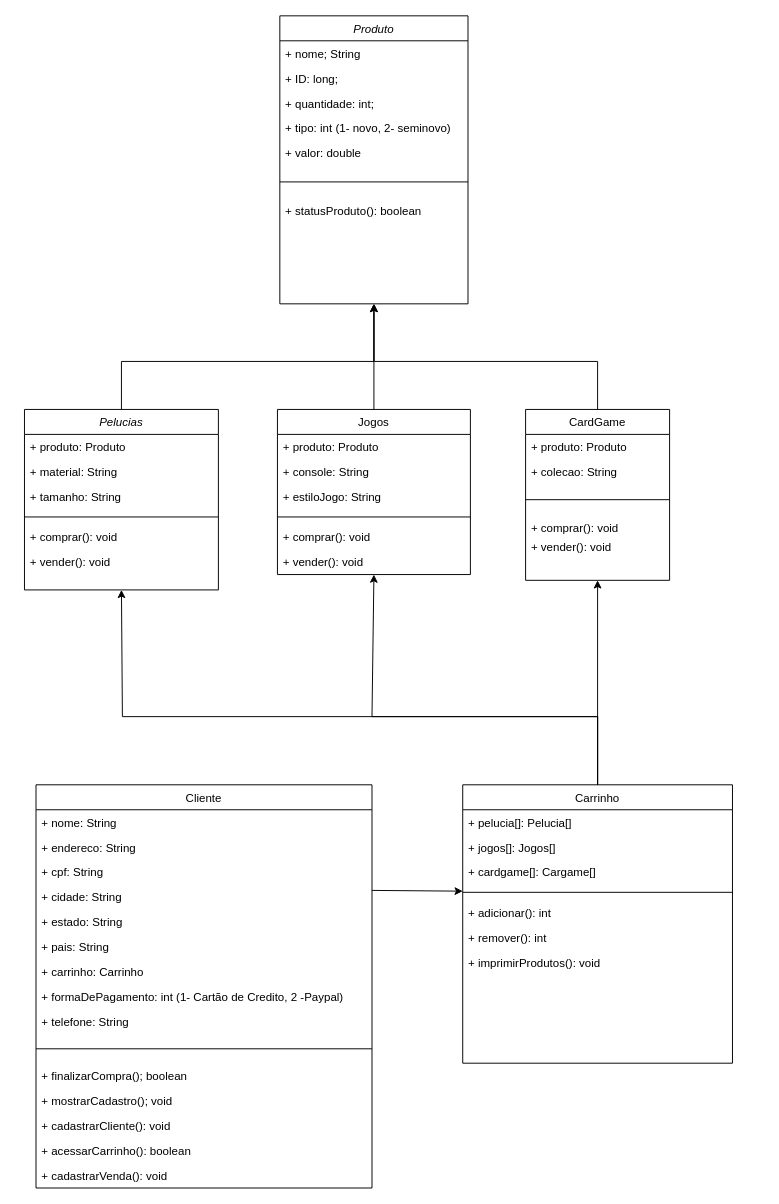
The draw.io diagram Diagrama sem nome.drawio in juliogmr/vemser-trabalho-final, before the edit. Source tidied: cells renumbered, new cells numbered last; positions are measured from the earlier drawing's top-left corner, leaving out a move shared by most shapes. Both pictures are drawn from the tidied source at 96%, with x=0, y=0 at pixel (24, 15).
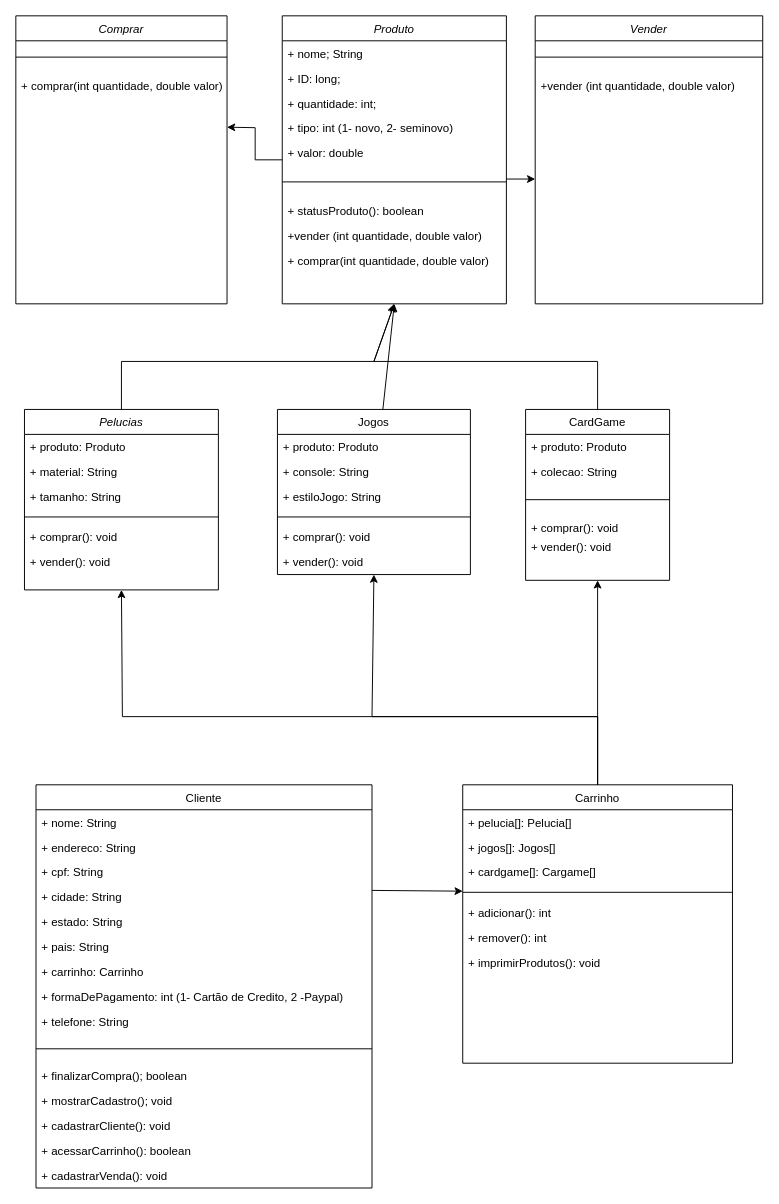
The same page after the edit.

Change to the diagram source:
```diff
@@
+    <mxCell id="61" style="edgeStyle=orthogonalEdgeStyle;rounded=0;jettySize=auto;html=1;" parent="1" edge="1" source="22">
+      <mxGeometry relative="1" as="geometry">
+        <mxPoint x="211" y="116" as="targetPoint" />
+      </mxGeometry>
+    </mxCell>
     <mxCell id="22" value="Produto" style="swimlane;fontStyle=2;align=center;verticalAlign=top;horizontal=1;startSize=26;rounded=0;shadow=0;strokeWidth=1;" parent="1" vertex="1">
-      <mxGeometry x="266" width="196" height="300" as="geometry" />
+      <mxGeometry x="268.5" width="233.5" height="300" as="geometry" />
     </mxCell>
     <mxCell id="23" value="+ nome; String" style="text;align=left;verticalAlign=top;spacingLeft=4;spacingRight=4;overflow=hidden;" parent="22" vertex="1">
-      <mxGeometry y="26" width="196" height="26" as="geometry" />
+      <mxGeometry y="26" width="233.5" height="26" as="geometry" />
     </mxCell>
     <mxCell id="24" value="+ ID: long;" style="text;align=left;verticalAlign=top;spacingLeft=4;spacingRight=4;overflow=hidden;rounded=0;shadow=0;html=0;" parent="22" vertex="1">
-      <mxGeometry y="52" width="196" height="26" as="geometry" />
+      <mxGeometry y="52" width="233.5" height="26" as="geometry" />
     </mxCell>
     <mxCell id="25" value="+ quantidade: int;" style="text;align=left;verticalAlign=top;spacingLeft=4;spacingRight=4;overflow=hidden;rounded=0;shadow=0;html=0;" parent="22" vertex="1">
-      <mxGeometry y="78" width="196" height="26" as="geometry" />
+      <mxGeometry y="78" width="233.5" height="26" as="geometry" />
     </mxCell>
     <mxCell id="26" value="+ tipo: int (1- novo, 2- seminovo)" style="text;align=left;verticalAlign=top;spacingLeft=4;spacingRight=4;overflow=hidden;rounded=0;shadow=0;html=0;" parent="22" vertex="1">
-      <mxGeometry y="104" width="196" height="26" as="geometry" />
+      <mxGeometry y="104" width="233.5" height="26" as="geometry" />
     </mxCell>
     <mxCell id="27" value="+ valor: double" style="text;align=left;verticalAlign=top;spacingLeft=4;spacingRight=4;overflow=hidden;rounded=0;shadow=0;html=0;" parent="22" vertex="1">
-      <mxGeometry y="130" width="196" height="26" as="geometry" />
+      <mxGeometry y="130" width="233.5" height="26" as="geometry" />
     </mxCell>
     <mxCell id="28" style="line;html=1;strokeWidth=1;align=left;verticalAlign=middle;spacingTop=-1;spacingLeft=3;spacingRight=3;labelPosition=right;" parent="22" vertex="1">
-      <mxGeometry y="156" width="196" height="34" as="geometry" />
+      <mxGeometry y="156" width="233.5" height="34" as="geometry" />
     </mxCell>
     <mxCell id="29" value="+ statusProduto(): boolean" style="text;align=left;verticalAlign=top;spacingLeft=4;spacingRight=4;overflow=hidden;" parent="22" vertex="1">
-      <mxGeometry y="190" width="196" height="26" as="geometry" />
+      <mxGeometry y="190" width="233.5" height="26" as="geometry" />
     </mxCell>
+    <mxCell id="62" value="+vender (int quantidade, double valor)" style="text;align=left;verticalAlign=top;spacingLeft=4;spacingRight=4;overflow=hidden;" parent="22" vertex="1">
+      <mxGeometry y="216" width="233.5" height="26" as="geometry" />
+    </mxCell>
+    <mxCell id="63" value="+ comprar(int quantidade, double valor)" style="text;align=left;verticalAlign=top;spacingLeft=4;spacingRight=4;overflow=hidden;" parent="22" vertex="1">
+      <mxGeometry y="242" width="233.5" height="26" as="geometry" />
+    </mxCell>
@@
+    <mxCell id="64" value="Comprar" style="swimlane;fontStyle=2;align=center;verticalAlign=top;horizontal=1;startSize=26;rounded=0;shadow=0;strokeWidth=1;" parent="1" vertex="1">
+      <mxGeometry x="-9" width="220" height="300" as="geometry" />
+    </mxCell>
+    <mxCell id="65" style="line;html=1;strokeWidth=1;align=left;verticalAlign=middle;spacingTop=-1;spacingLeft=3;spacingRight=3;labelPosition=right;" parent="64" vertex="1">
+      <mxGeometry y="26" width="220" height="34" as="geometry" />
+    </mxCell>
+    <mxCell id="66" value="+ comprar(int quantidade, double valor)" style="text;align=left;verticalAlign=top;spacingLeft=4;spacingRight=4;overflow=hidden;" parent="64" vertex="1">
+      <mxGeometry y="60" width="220" height="26" as="geometry" />
+    </mxCell>
+    <mxCell id="67" value="Vender" style="swimlane;fontStyle=2;align=center;verticalAlign=top;horizontal=1;startSize=26;rounded=0;shadow=0;strokeWidth=1;" parent="1" vertex="1">
+      <mxGeometry x="532" width="237" height="300" as="geometry" />
+    </mxCell>
+    <mxCell id="68" style="line;html=1;strokeWidth=1;align=left;verticalAlign=middle;spacingTop=-1;spacingLeft=3;spacingRight=3;labelPosition=right;" parent="67" vertex="1">
+      <mxGeometry y="26" width="237" height="34" as="geometry" />
+    </mxCell>
+    <mxCell id="69" value="+vender (int quantidade, double valor)" style="text;align=left;verticalAlign=top;spacingLeft=4;spacingRight=4;overflow=hidden;" parent="67" vertex="1">
+      <mxGeometry y="60" width="237" height="26" as="geometry" />
+    </mxCell>
+    <mxCell id="70" style="endArrow=classic;html=1;rounded=0;" parent="1" edge="1">
+      <mxGeometry relative="1" as="geometry">
+        <mxPoint x="502" y="170" as="sourcePoint" />
+        <mxPoint x="532" y="170" as="targetPoint" />
+      </mxGeometry>
+    </mxCell>
```
